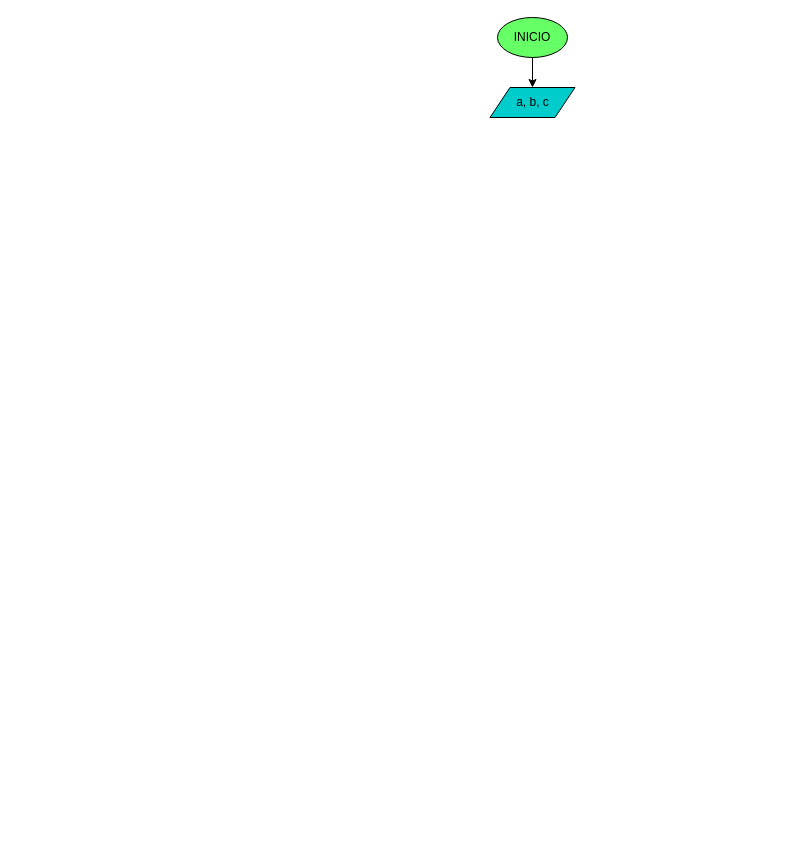
Above: diagrama.drawio in sistemas-colegio-guanenta/quiz-condicionales-juandiaz1301 (draw.io), before the change. Source tidied: cells renumbered, new cells numbered last; positions are measured from the earlier drawing's top-left corner, leaving out a move shared by most shapes. Both pictures are drawn from the tidied source at 100%, with x=0, y=0 at pixel (489, 17).
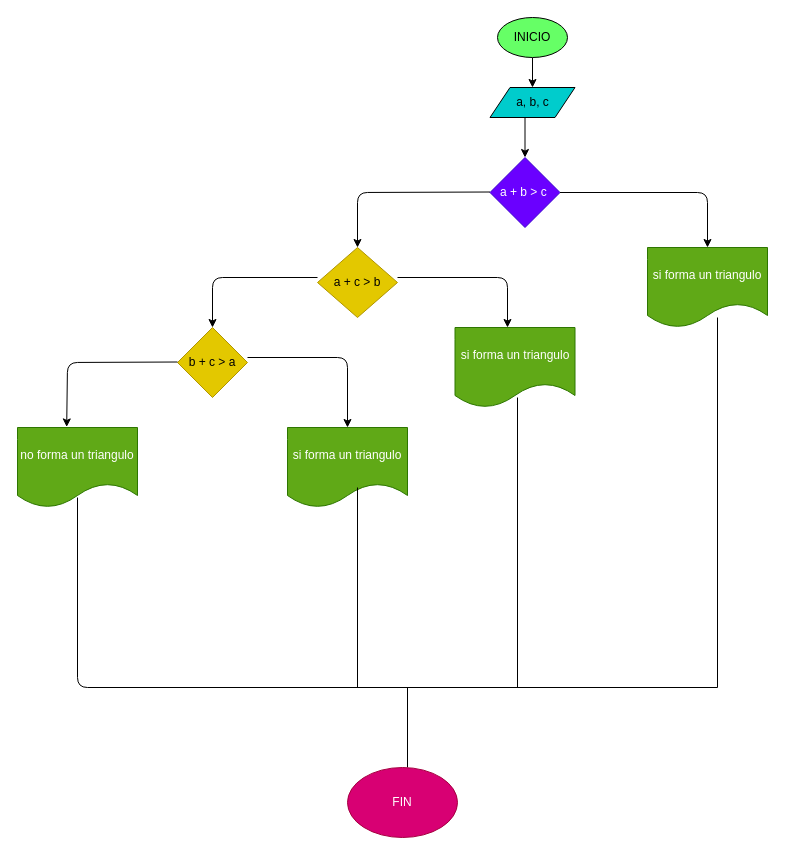
The same page after the edit.

The edit, as a diff of the source:
```diff
@@
+    <mxCell id="5" value="a + b &amp;gt; c&amp;nbsp;" style="rhombus;whiteSpace=wrap;html=1;fillColor=#6a00ff;fontColor=#ffffff;strokeColor=#3700CC;" parent="1" vertex="1">
+      <mxGeometry x="0.5" y="140" width="70" height="70" as="geometry" />
+    </mxCell>
+    <mxCell id="6" style="endArrow=classic;html=1;" parent="1" edge="1" target="5">
+      <mxGeometry relative="1" as="geometry">
+        <mxPoint x="35.5" y="100" as="sourcePoint" />
+      </mxGeometry>
+    </mxCell>
+    <mxCell id="7" style="endArrow=classic;html=1;" parent="1" edge="1">
+      <mxGeometry relative="1" as="geometry">
+        <mxPoint x="0.5" y="174.5" as="sourcePoint" />
+        <mxPoint x="-132" y="230" as="targetPoint" />
+        <Array as="points">
+          <mxPoint x="-132" y="175" />
+        </Array>
+      </mxGeometry>
+    </mxCell>
+    <mxCell id="8" style="endArrow=classic;html=1;exitX=1;exitY=0.5;exitDx=0;exitDy=0;" parent="1" edge="1" source="5">
+      <mxGeometry relative="1" as="geometry">
+        <mxPoint x="218" y="230" as="targetPoint" />
+        <Array as="points">
+          <mxPoint x="218" y="175" />
+        </Array>
+      </mxGeometry>
+    </mxCell>
+    <mxCell id="9" value="si forma un triangulo" style="shape=document;whiteSpace=wrap;html=1;boundedLbl=1;fillColor=#60a917;fontColor=#ffffff;strokeColor=#2D7600;" parent="1" vertex="1">
+      <mxGeometry x="158" y="230" width="120" height="80" as="geometry" />
+    </mxCell>
+    <mxCell id="10" value="a + c &amp;gt; b" style="rhombus;whiteSpace=wrap;html=1;fillColor=#e3c800;fontColor=#000000;strokeColor=#B09500;" parent="1" vertex="1">
+      <mxGeometry x="-172" y="230" width="80" height="70" as="geometry" />
+    </mxCell>
+    <mxCell id="11" style="endArrow=classic;html=1;" parent="1" edge="1">
+      <mxGeometry relative="1" as="geometry">
+        <mxPoint x="-92" y="260" as="sourcePoint" />
+        <mxPoint x="18" y="310" as="targetPoint" />
+        <Array as="points">
+          <mxPoint x="18" y="260" />
+        </Array>
+      </mxGeometry>
+    </mxCell>
+    <mxCell id="12" style="endArrow=classic;html=1;entryX=0.5;entryY=0;entryDx=0;entryDy=0;" parent="1" edge="1" target="13">
+      <mxGeometry relative="1" as="geometry">
+        <mxPoint x="-172" y="260" as="sourcePoint" />
+        <Array as="points">
+          <mxPoint x="-277" y="260" />
+        </Array>
+      </mxGeometry>
+    </mxCell>
+    <mxCell id="13" value="b + c &amp;gt; a" style="rhombus;whiteSpace=wrap;html=1;fillColor=#e3c800;fontColor=#000000;strokeColor=#B09500;" parent="1" vertex="1">
+      <mxGeometry x="-312" y="310" width="70" height="70" as="geometry" />
+    </mxCell>
+    <mxCell id="14" style="endArrow=classic;html=1;" parent="1" edge="1">
+      <mxGeometry relative="1" as="geometry">
+        <mxPoint x="-242" y="340" as="sourcePoint" />
+        <mxPoint x="-142" y="410" as="targetPoint" />
+        <Array as="points">
+          <mxPoint x="-142" y="340" />
+        </Array>
+      </mxGeometry>
+    </mxCell>
+    <mxCell id="15" style="endArrow=classic;html=1;entryX=0.41;entryY=-0.007;entryDx=0;entryDy=0;entryPerimeter=0;" parent="1" edge="1" target="16">
+      <mxGeometry relative="1" as="geometry">
+        <mxPoint x="-312" y="344.5" as="sourcePoint" />
+        <Array as="points">
+          <mxPoint x="-422" y="345" />
+        </Array>
+      </mxGeometry>
+    </mxCell>
+    <mxCell id="16" value="no forma un triangulo" style="shape=document;whiteSpace=wrap;html=1;boundedLbl=1;fillColor=#60a917;fontColor=#ffffff;strokeColor=#2D7600;" parent="1" vertex="1">
+      <mxGeometry x="-472" y="410" width="120" height="80" as="geometry" />
+    </mxCell>
+    <mxCell id="17" value="si forma un triangulo" style="shape=document;whiteSpace=wrap;html=1;boundedLbl=1;fillColor=#60a917;fontColor=#ffffff;strokeColor=#2D7600;" parent="1" vertex="1">
+      <mxGeometry x="-202" y="410" width="120" height="80" as="geometry" />
+    </mxCell>
+    <mxCell id="18" value="si forma un triangulo" style="shape=document;whiteSpace=wrap;html=1;boundedLbl=1;fillColor=#60a917;fontColor=#ffffff;strokeColor=#2D7600;" parent="1" vertex="1">
+      <mxGeometry x="-34.5" y="310" width="120" height="80" as="geometry" />
+    </mxCell>
+    <mxCell id="19" style="endArrow=none;html=1;" parent="1" edge="1">
+      <mxGeometry relative="1" as="geometry">
+        <mxPoint x="228" y="670" as="sourcePoint" />
+        <mxPoint x="228" y="300" as="targetPoint" />
+      </mxGeometry>
+    </mxCell>
+    <mxCell id="20" style="endArrow=none;html=1;" parent="1" edge="1">
+      <mxGeometry relative="1" as="geometry">
+        <mxPoint x="228" y="670" as="sourcePoint" />
+        <mxPoint x="-412" y="480" as="targetPoint" />
+        <Array as="points">
+          <mxPoint x="-412" y="670" />
+        </Array>
+      </mxGeometry>
+    </mxCell>
+    <mxCell id="21" style="endArrow=none;html=1;" parent="1" edge="1">
+      <mxGeometry relative="1" as="geometry">
+        <mxPoint x="-132" y="670" as="sourcePoint" />
+        <mxPoint x="-132" y="470" as="targetPoint" />
+      </mxGeometry>
+    </mxCell>
+    <mxCell id="22" style="endArrow=none;html=1;" parent="1" edge="1">
+      <mxGeometry relative="1" as="geometry">
+        <mxPoint x="28" y="670" as="sourcePoint" />
+        <mxPoint x="28" y="380" as="targetPoint" />
+      </mxGeometry>
+    </mxCell>
+    <mxCell id="23" style="endArrow=none;html=1;" parent="1" edge="1">
+      <mxGeometry relative="1" as="geometry">
+        <mxPoint x="-82" y="750" as="sourcePoint" />
+        <mxPoint x="-82" y="670" as="targetPoint" />
+      </mxGeometry>
+    </mxCell>
+    <mxCell id="24" value="FIN" style="ellipse;whiteSpace=wrap;html=1;fillColor=#d80073;fontColor=#ffffff;strokeColor=#A50040;" parent="1" vertex="1">
+      <mxGeometry x="-142" y="750" width="110" height="70" as="geometry" />
+    </mxCell>
```
